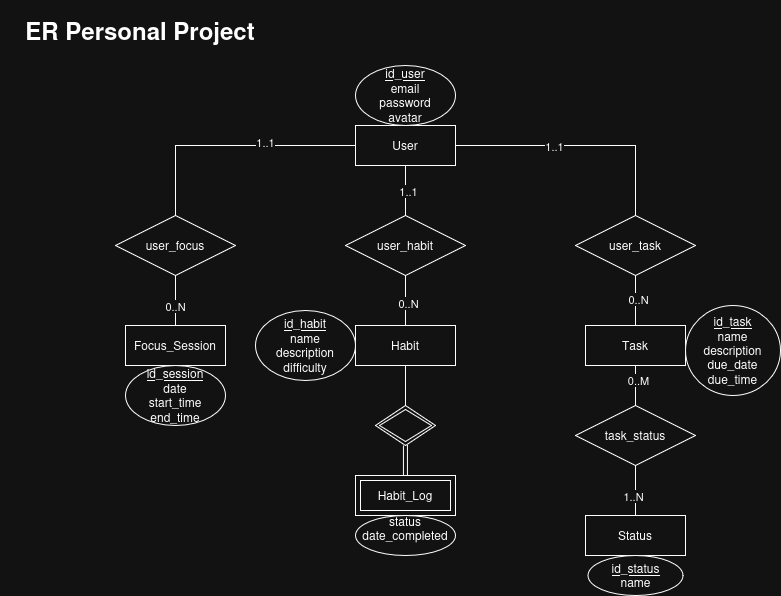
AldanaRP/Personal-Project keeps this draw.io diagram as docs/PersonalProjectER.png. Above is the earlier version. Source tidied: cells renumbered, new cells last; positions are measured from the earlier drawing's top-left corner, leaving out a move shared by most shapes.
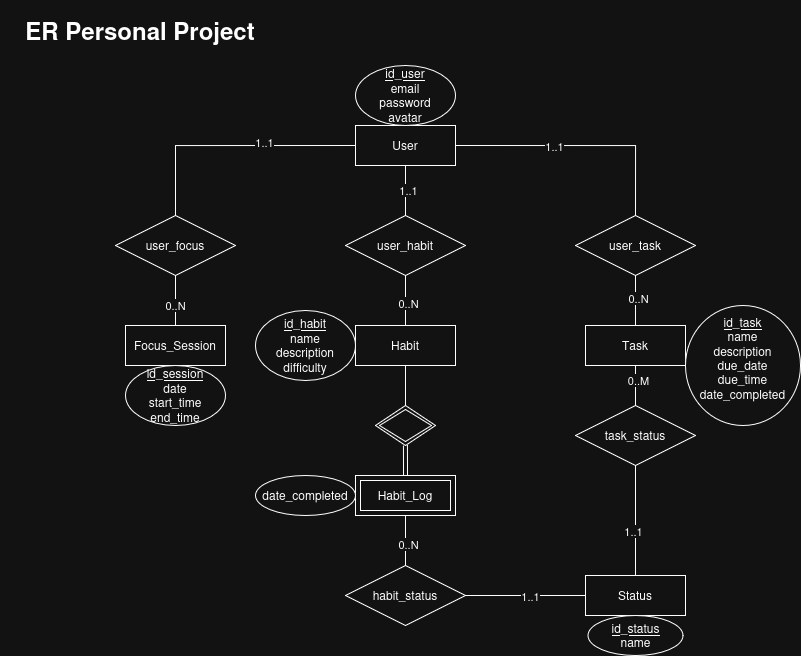
After the commit.

The edit, as a diff of the source:
```diff
@@ -26,7 +26,7 @@
     <mxCell id="9" style="edgeStyle=orthogonalEdgeStyle;rounded=0;jettySize=auto;html=1;endArrow=none;endFill=0;" parent="1" edge="1" source="37" target="33">
       <mxGeometry relative="1" as="geometry" />
     </mxCell>
-    <mxCell id="10" value="1..N" style="edgeLabel;html=1;align=center;verticalAlign=middle;" parent="9" vertex="1">
+    <mxCell id="10" value="1..1" style="edgeLabel;html=1;align=center;verticalAlign=middle;" parent="9" vertex="1">
       <mxGeometry x="0.2" y="-3" relative="1" as="geometry" />
     </mxCell>
     <mxCell id="11" value="Task" style="whiteSpace=wrap;html=1;align=center;" parent="1" vertex="1">
@@ -69,11 +69,11 @@
     <mxCell id="22" value="&lt;div&gt;&lt;u&gt;id_habit&lt;/u&gt;&lt;/div&gt;&lt;div&gt;name&lt;/div&gt;&lt;div&gt;description&lt;/div&gt;&lt;div&gt;difficulty&lt;/div&gt;" style="ellipse;whiteSpace=wrap;html=1;align=center;" parent="1" vertex="1">
       <mxGeometry x="255" y="295" width="100" height="70" as="geometry" />
     </mxCell>
-    <mxCell id="23" value="&lt;div&gt;&lt;u&gt;id_task&lt;/u&gt;&lt;/div&gt;&lt;div&gt;name&lt;/div&gt;&lt;div&gt;description&lt;/div&gt;&lt;div&gt;due_date&lt;/div&gt;&lt;div&gt;due_time&lt;/div&gt;" style="ellipse;whiteSpace=wrap;html=1;align=center;" parent="1" vertex="1">
-      <mxGeometry x="685" y="290" width="95" height="90" as="geometry" />
+    <mxCell id="23" value="&lt;div&gt;&lt;u&gt;id_task&lt;/u&gt;&lt;/div&gt;&lt;div&gt;name&lt;/div&gt;&lt;div&gt;description&lt;/div&gt;&lt;div&gt;due_date&lt;/div&gt;&lt;div&gt;due_time&lt;/div&gt;&lt;div&gt;date_completed&lt;/div&gt;&lt;div&gt;&lt;br&gt;&lt;/div&gt;" style="ellipse;whiteSpace=wrap;html=1;align=center;" parent="1" vertex="1">
+      <mxGeometry x="685" y="290" width="115" height="120" as="geometry" />
     </mxCell>
-    <mxCell id="24" value="&lt;div&gt;status&lt;/div&gt;&lt;div&gt;date_completed&lt;/div&gt;&lt;div&gt;&lt;br&gt;&lt;/div&gt;" style="ellipse;whiteSpace=wrap;html=1;align=center;" parent="1" vertex="1">
-      <mxGeometry x="355" y="500" width="100" height="40" as="geometry" />
+    <mxCell id="24" value="&lt;div&gt;date_completed&lt;/div&gt;" style="ellipse;whiteSpace=wrap;html=1;align=center;" parent="1" vertex="1">
+      <mxGeometry x="255" y="460" width="100" height="40" as="geometry" />
     </mxCell>
     <mxCell id="25" style="edgeStyle=orthogonalEdgeStyle;rounded=0;jettySize=auto;html=1;entryX=0;entryY=0.5;entryDx=0;entryDy=0;endArrow=none;endFill=0;" parent="1" edge="1" source="29" target="2">
       <mxGeometry relative="1" as="geometry">
@@ -104,10 +104,10 @@
       <mxGeometry width="280" height="30" as="geometry" />
     </mxCell>
     <mxCell id="33" value="Status" style="whiteSpace=wrap;html=1;align=center;" parent="1" vertex="1">
-      <mxGeometry x="585" y="500" width="100" height="40" as="geometry" />
+      <mxGeometry x="585" y="560" width="100" height="40" as="geometry" />
     </mxCell>
     <mxCell id="34" value="&lt;div&gt;&lt;u&gt;id_status&lt;/u&gt;&lt;/div&gt;&lt;div&gt;name&lt;/div&gt;" style="ellipse;whiteSpace=wrap;html=1;align=center;" parent="1" vertex="1">
-      <mxGeometry x="587.5" y="540" width="95" height="40" as="geometry" />
+      <mxGeometry x="587.5" y="600" width="95" height="40" as="geometry" />
     </mxCell>
     <mxCell id="35" style="edgeStyle=orthogonalEdgeStyle;rounded=0;jettySize=auto;html=1;endArrow=none;endFill=0;" parent="1" edge="1" source="11" target="37">
       <mxGeometry relative="1" as="geometry" />
@@ -118,5 +118,22 @@
     <mxCell id="37" value="task_status" style="shape=rhombus;perimeter=rhombusPerimeter;whiteSpace=wrap;html=1;align=center;" parent="1" vertex="1">
       <mxGeometry x="575" y="390" width="120" height="60" as="geometry" />
     </mxCell>
+    <mxCell id="38" style="edgeStyle=orthogonalEdgeStyle;rounded=0;jettySize=auto;html=1;endArrow=none;endFill=0;" parent="1" edge="1" source="42" target="18">
+      <mxGeometry relative="1" as="geometry" />
+    </mxCell>
+    <mxCell id="39" value="0..N" style="edgeLabel;html=1;align=center;verticalAlign=middle;fontFamily=Helvetica;fontSize=11;fontColor=default;labelBackgroundColor=default;" parent="38" vertex="1">
+      <mxGeometry x="-0.16" y="-2" relative="1" as="geometry" />
+    </mxCell>
+    <mxCell id="40" style="edgeStyle=orthogonalEdgeStyle;shape=connector;rounded=0;jettySize=auto;html=1;entryX=0;entryY=0.5;entryDx=0;entryDy=0;strokeColor=default;align=center;verticalAlign=middle;fontFamily=Helvetica;fontSize=11;fontColor=default;labelBackgroundColor=default;endArrow=none;endFill=0;" parent="1" edge="1" source="42" target="33">
+      <mxGeometry relative="1" as="geometry" />
+    </mxCell>
+    <mxCell id="41" value="1..1" style="edgeLabel;html=1;align=center;verticalAlign=middle;fontFamily=Helvetica;fontSize=11;fontColor=default;labelBackgroundColor=default;" parent="40" vertex="1">
+      <mxGeometry x="0.41" y="2" relative="1" as="geometry">
+        <mxPoint x="-20" y="2" as="offset" />
+      </mxGeometry>
+    </mxCell>
+    <mxCell id="42" value="habit_status" style="shape=rhombus;perimeter=rhombusPerimeter;whiteSpace=wrap;html=1;align=center;" parent="1" vertex="1">
+      <mxGeometry x="345" y="550" width="120" height="60" as="geometry" />
+    </mxCell>
   </root>
 </mxGraphModel>
```
